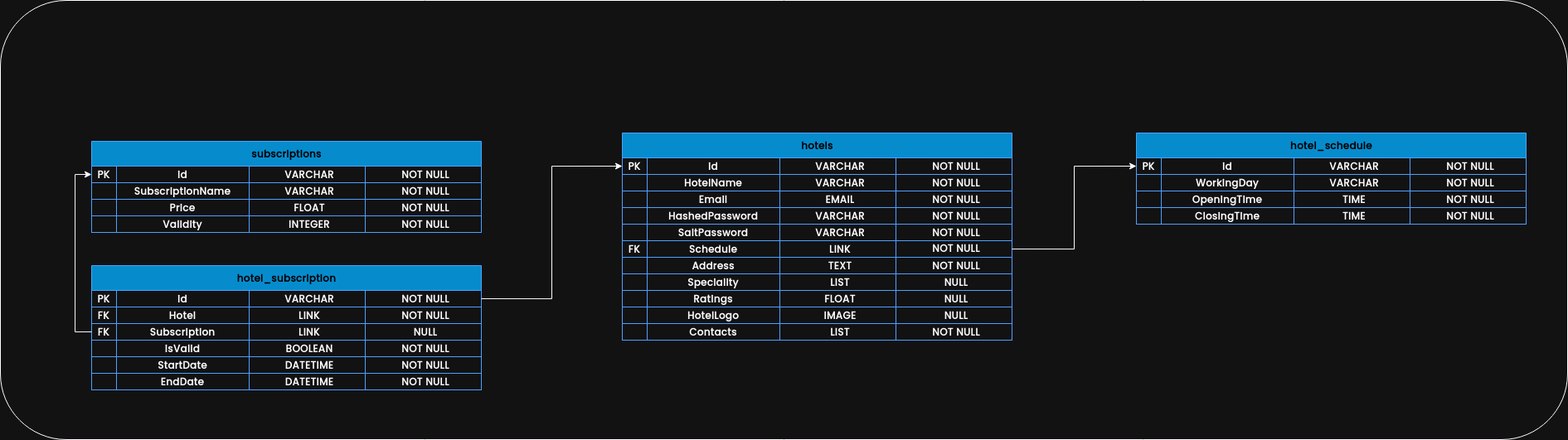
Before: Database/Eatofy/Database.png, a diagram exported from draw.io (appnichetechnologies/Eatofy-System-Design). Source tidied: cells renumbered, new cells last; positions are measured from the earlier drawing's top-left corner, leaving out a move shared by most shapes.
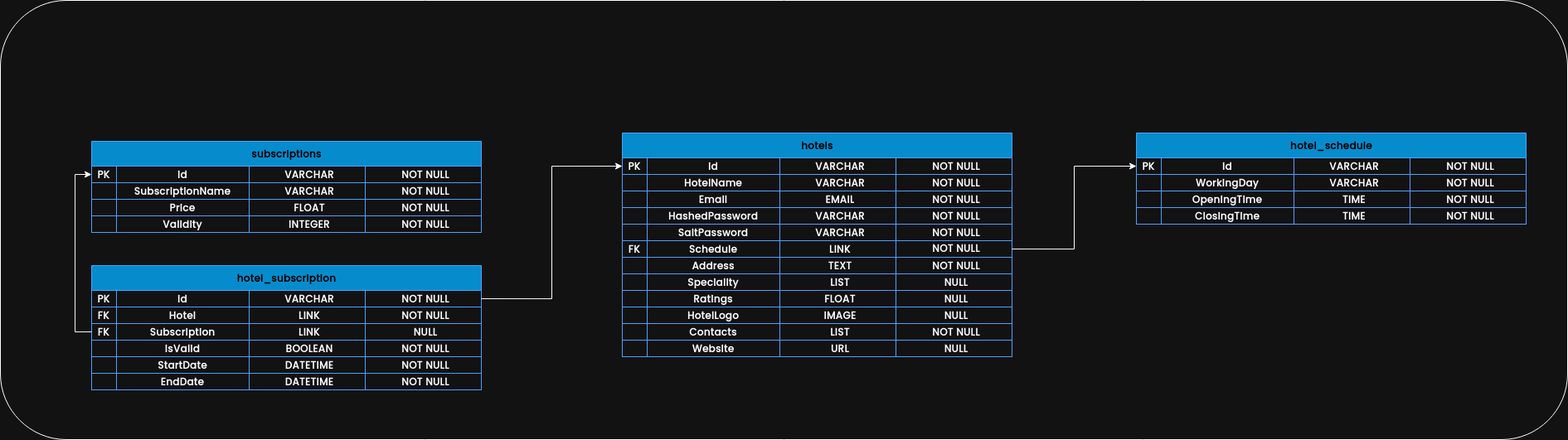
After the change.

Change to the diagram source:
```diff
@@ -2,8 +2,11 @@
   <root>
     <mxCell id="0" />
     <mxCell id="1" parent="0" />
+    <mxCell id="137" style="rounded=1;whiteSpace=wrap;html=1;fillColor=none;" parent="1" vertex="1">
+      <mxGeometry width="1890" height="530" as="geometry" />
+    </mxCell>
     <mxCell id="2" value="hotels" style="shape=table;startSize=30;rowLines=0;fontStyle=1;align=center;html=1;fillColor=#1ba1e2;strokeColor=#1c71d8;fontColor=#ffffff;verticalAlign=middle;fontFamily=Poppins;fontSource=https%3A%2F%2Ffonts.googleapis.com%2Fcss%3Ffamily%3DPoppins;" parent="1" vertex="1">
-      <mxGeometry x="750" y="160" width="470" height="250" as="geometry" />
+      <mxGeometry x="750" y="160" width="470" height="270" as="geometry" />
     </mxCell>
     <mxCell id="3" style="shape=tableRow;horizontal=0;startSize=0;swimlaneHead=0;swimlaneBody=0;fillColor=none;points=[[0,0.5],[1,0.5]];portConstraint=eastwest;top=0;left=0;right=0;bottom=1;fontStyle=1;strokeColor=#1c71d8;align=center;verticalAlign=middle;fontFamily=Poppins;fontSource=https%3A%2F%2Ffonts.googleapis.com%2Fcss%3Ffamily%3DPoppins;" parent="2" vertex="1">
       <mxGeometry y="30" width="470" height="20" as="geometry" />
@@ -170,6 +173,21 @@
     <mxCell id="57" value="NOT NULL" style="shape=partialRectangle;fillColor=none;top=0;left=0;bottom=0;right=0;align=center;spacingLeft=6;fontStyle=1;overflow=hidden;whiteSpace=wrap;html=1;strokeColor=#1c71d8;verticalAlign=middle;fontFamily=Poppins;fontSource=https%3A%2F%2Ffonts.googleapis.com%2Fcss%3Ffamily%3DPoppins;" parent="53" vertex="1">
       <mxGeometry x="330" width="140" height="20" as="geometry" />
     </mxCell>
+    <mxCell id="138" style="shape=tableRow;horizontal=0;startSize=0;swimlaneHead=0;swimlaneBody=0;fillColor=none;top=0;left=0;right=0;bottom=1;fontStyle=1;strokeColor=#1c71d8;align=center;verticalAlign=middle;fontFamily=Poppins;fontSource=https%3A%2F%2Ffonts.googleapis.com%2Fcss%3Ffamily%3DPoppins;" parent="2" vertex="1">
+      <mxGeometry y="250" width="470" height="20" as="geometry" />
+    </mxCell>
+    <mxCell id="139" style="shape=partialRectangle;fillColor=none;top=0;left=0;bottom=0;right=0;fontStyle=1;overflow=hidden;whiteSpace=wrap;html=1;strokeColor=#1c71d8;align=center;verticalAlign=middle;fontFamily=Poppins;fontSource=https%3A%2F%2Ffonts.googleapis.com%2Fcss%3Ffamily%3DPoppins;" parent="138" vertex="1">
+      <mxGeometry width="30" height="20" as="geometry" />
+    </mxCell>
+    <mxCell id="140" value="Website" style="shape=partialRectangle;fillColor=none;top=0;left=0;bottom=0;right=0;fontStyle=1;overflow=hidden;whiteSpace=wrap;html=1;strokeColor=#1c71d8;align=center;verticalAlign=middle;fontFamily=Poppins;fontSource=https%3A%2F%2Ffonts.googleapis.com%2Fcss%3Ffamily%3DPoppins;" parent="138" vertex="1">
+      <mxGeometry x="30" width="160" height="20" as="geometry" />
+    </mxCell>
+    <mxCell id="141" value="URL" style="shape=partialRectangle;fillColor=none;top=0;left=0;bottom=0;right=0;align=center;spacingLeft=6;fontStyle=1;overflow=hidden;whiteSpace=wrap;html=1;strokeColor=#1c71d8;verticalAlign=middle;fontFamily=Poppins;fontSource=https%3A%2F%2Ffonts.googleapis.com%2Fcss%3Ffamily%3DPoppins;" parent="138" vertex="1">
+      <mxGeometry x="190" width="140" height="20" as="geometry" />
+    </mxCell>
+    <mxCell id="142" value="NULL" style="shape=partialRectangle;fillColor=none;top=0;left=0;bottom=0;right=0;align=center;spacingLeft=6;fontStyle=1;overflow=hidden;whiteSpace=wrap;html=1;strokeColor=#1c71d8;verticalAlign=middle;fontFamily=Poppins;fontSource=https%3A%2F%2Ffonts.googleapis.com%2Fcss%3Ffamily%3DPoppins;" parent="138" vertex="1">
+      <mxGeometry x="330" width="140" height="20" as="geometry" />
+    </mxCell>
     <mxCell id="58" value="hotel_schedule" style="shape=table;startSize=30;rowLines=0;fontStyle=1;align=center;html=1;fillColor=#1ba1e2;strokeColor=#1c71d8;fontColor=#ffffff;verticalAlign=middle;fontFamily=Poppins;fontSource=https%3A%2F%2Ffonts.googleapis.com%2Fcss%3Ffamily%3DPoppins;" parent="1" vertex="1">
       <mxGeometry x="1370" y="160" width="470" height="110" as="geometry" />
     </mxCell>
@@ -407,8 +425,5 @@
     <mxCell id="136" style="edgeStyle=orthogonalEdgeStyle;rounded=0;jettySize=auto;html=1;exitX=1;exitY=0.5;exitDx=0;exitDy=0;entryX=0;entryY=0.5;entryDx=0;entryDy=0;" parent="1" edge="1" source="105" target="3">
       <mxGeometry relative="1" as="geometry" />
     </mxCell>
-    <mxCell id="137" style="rounded=1;whiteSpace=wrap;html=1;fillColor=none;" parent="1" vertex="1">
-      <mxGeometry width="1890" height="530" as="geometry" />
-    </mxCell>
   </root>
 </mxGraphModel>
```
